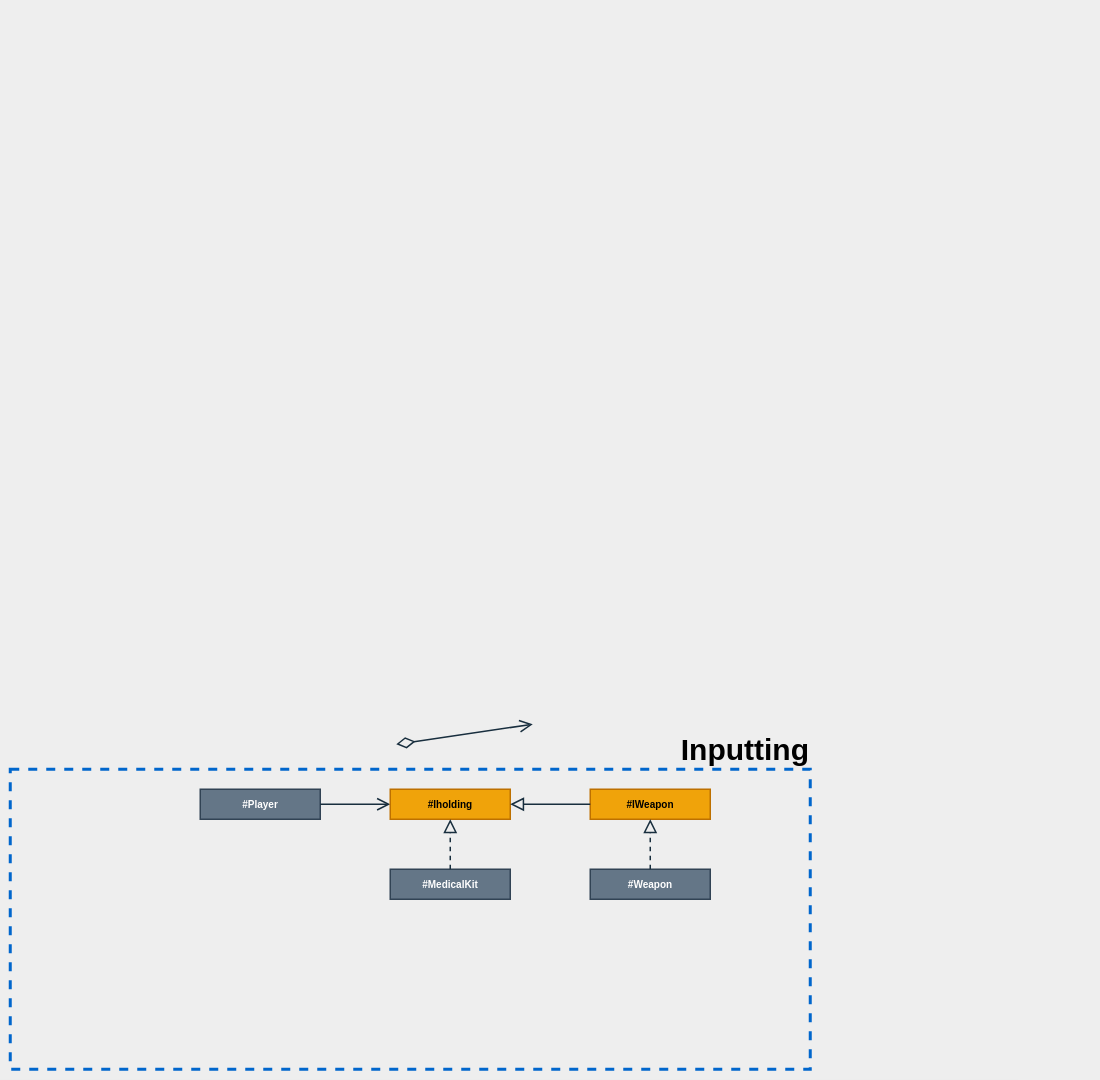
Anton2781618/Shooter keeps this draw.io diagram as Shooter/Assets/Scripts/Map/Map.drawio. Above is the earlier version. Source tidied: cells renumbered, new cells numbered last; positions are measured from the earlier drawing's top-left corner, leaving out a move shared by most shapes. Both pictures are drawn from the tidied source at 50%, with x=0, y=0 at pixel (10, 724).
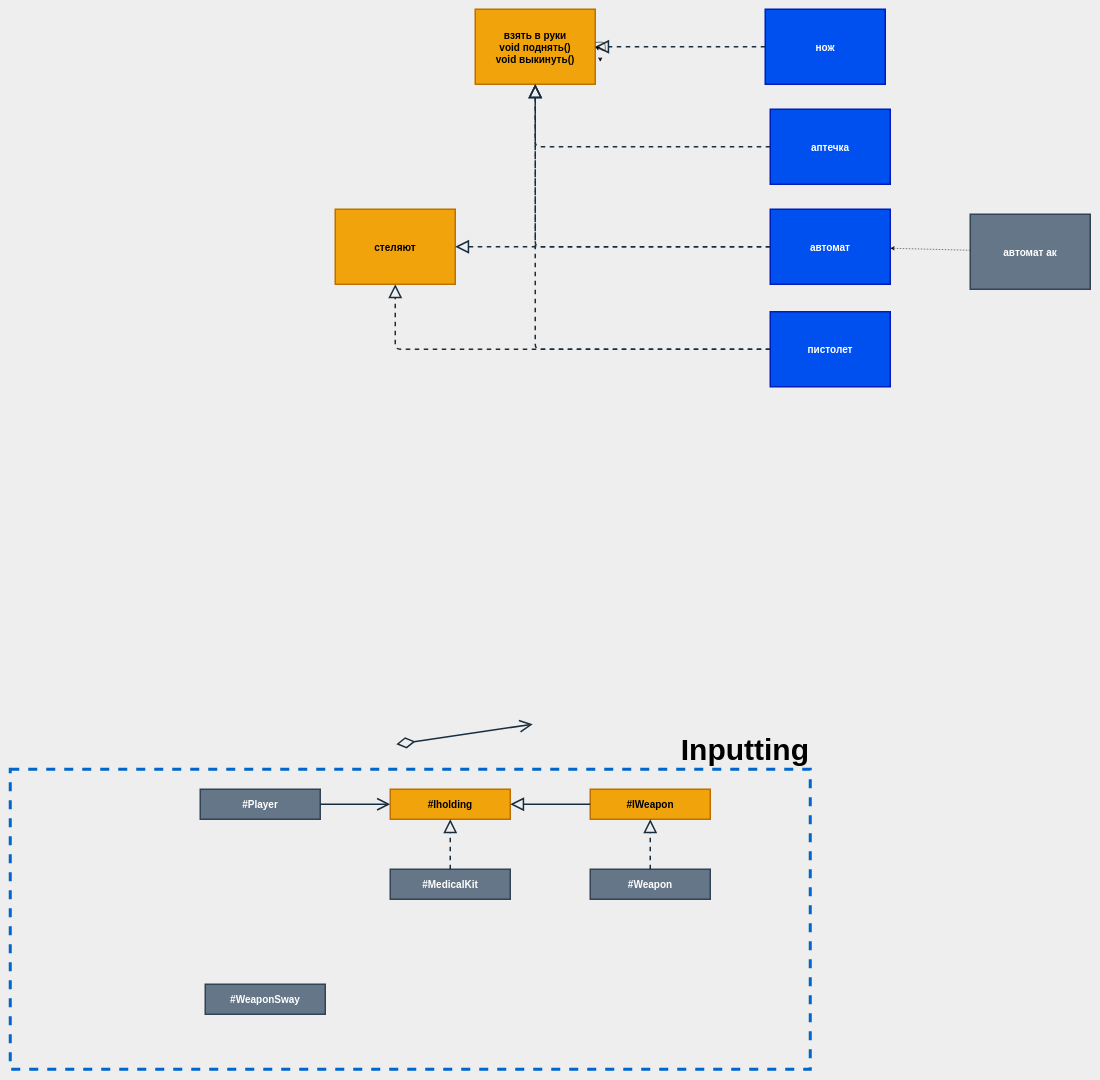
The same diagram, later.

What changed in the source:
```diff
@@
+    <mxCell id="13" value="#WeaponSway" style="whiteSpace=wrap;fillColor=#647687;labelBackgroundColor=none;strokeWidth=3;strokeColor=#314354;fontSize=20;fontStyle=1;fontColor=#ffffff;" parent="1" vertex="1">
+      <mxGeometry x="390" y="520" width="240" height="60" as="geometry" />
+    </mxCell>
+    <mxCell id="14" value="взять в руки&#10;void поднять()&#10;void выкинуть()" style="whiteSpace=wrap;fillColor=#f0a30a;labelBackgroundColor=none;strokeWidth=3;strokeColor=#BD7000;fontSize=20;fontStyle=1;fontColor=#000000;" parent="1" vertex="1">
+      <mxGeometry x="930" y="-1430" width="240" height="150" as="geometry" />
+    </mxCell>
+    <mxCell id="15" value="нож" style="whiteSpace=wrap;fillColor=#0050ef;labelBackgroundColor=none;strokeWidth=3;strokeColor=#001DBC;fontSize=20;fontStyle=1;fontColor=#ffffff;" parent="1" vertex="1">
+      <mxGeometry x="1510" y="-1430" width="240" height="150" as="geometry" />
+    </mxCell>
+    <mxCell id="16" value="аптечка" style="whiteSpace=wrap;fillColor=#0050ef;labelBackgroundColor=none;strokeWidth=3;strokeColor=#001DBC;fontSize=20;fontStyle=1;fontColor=#ffffff;" parent="1" vertex="1">
+      <mxGeometry x="1520" y="-1230" width="240" height="150" as="geometry" />
+    </mxCell>
+    <mxCell id="17" value="автомат" style="whiteSpace=wrap;fillColor=#0050ef;labelBackgroundColor=none;strokeWidth=3;strokeColor=#001DBC;fontSize=20;fontStyle=1;fontColor=#ffffff;" parent="1" vertex="1">
+      <mxGeometry x="1520" y="-1030" width="240" height="150" as="geometry" />
+    </mxCell>
+    <mxCell id="18" style="rounded=1;sketch=0;jettySize=auto;html=1;fontColor=#1A1A1A;startArrow=none;startFill=0;endArrow=block;endFill=0;startSize=30;endSize=20;strokeColor=#182E3E;strokeWidth=3;edgeStyle=orthogonalEdgeStyle;sourcePerimeterSpacing=0;dashed=1;" parent="1" edge="1" source="15" target="14">
+      <mxGeometry relative="1" as="geometry" />
+    </mxCell>
+    <mxCell id="19" style="rounded=1;sketch=0;jettySize=auto;html=1;fontColor=#1A1A1A;startArrow=none;startFill=0;endArrow=block;endFill=0;startSize=30;endSize=20;strokeColor=#182E3E;strokeWidth=3;edgeStyle=orthogonalEdgeStyle;sourcePerimeterSpacing=0;dashed=1;" parent="1" edge="1" source="16" target="14">
+      <mxGeometry relative="1" as="geometry" />
+    </mxCell>
+    <mxCell id="20" style="edgeStyle=none;html=1;entryX=1;entryY=0.5;entryDx=0;entryDy=0;" parent="1" edge="1" source="14" target="14">
+      <mxGeometry relative="1" as="geometry" />
+    </mxCell>
+    <mxCell id="21" style="edgeStyle=none;html=1;entryX=1;entryY=0.5;entryDx=0;entryDy=0;" parent="1" edge="1">
+      <mxGeometry relative="1" as="geometry">
+        <mxPoint x="1180" y="-1333.6" as="sourcePoint" />
+        <mxPoint x="1180" y="-1325" as="targetPoint" />
+      </mxGeometry>
+    </mxCell>
+    <mxCell id="22" style="rounded=1;sketch=0;jettySize=auto;html=1;fontColor=#1A1A1A;startArrow=none;startFill=0;endArrow=block;endFill=0;startSize=30;endSize=20;strokeColor=#182E3E;strokeWidth=3;edgeStyle=orthogonalEdgeStyle;sourcePerimeterSpacing=0;dashed=1;" parent="1" edge="1" source="17" target="14">
+      <mxGeometry relative="1" as="geometry" />
+    </mxCell>
+    <mxCell id="23" style="edgeStyle=none;html=1;dashed=1;" parent="1" edge="1" source="24" target="17">
+      <mxGeometry relative="1" as="geometry" />
+    </mxCell>
+    <mxCell id="24" value="автомат ак" style="whiteSpace=wrap;fillColor=#647687;labelBackgroundColor=none;strokeWidth=3;strokeColor=#314354;fontSize=20;fontStyle=1;fontColor=#ffffff;" parent="1" vertex="1">
+      <mxGeometry x="1920" y="-1020" width="240" height="150" as="geometry" />
+    </mxCell>
+    <mxCell id="25" value="пистолет" style="whiteSpace=wrap;fillColor=#0050ef;labelBackgroundColor=none;strokeWidth=3;strokeColor=#001DBC;fontSize=20;fontStyle=1;fontColor=#ffffff;" parent="1" vertex="1">
+      <mxGeometry x="1520" y="-825" width="240" height="150" as="geometry" />
+    </mxCell>
+    <mxCell id="26" style="rounded=1;sketch=0;jettySize=auto;html=1;fontColor=#1A1A1A;startArrow=none;startFill=0;endArrow=block;endFill=0;startSize=30;endSize=20;strokeColor=#182E3E;strokeWidth=3;edgeStyle=orthogonalEdgeStyle;sourcePerimeterSpacing=0;dashed=1;" parent="1" edge="1" source="25" target="27">
+      <mxGeometry relative="1" as="geometry" />
+    </mxCell>
+    <mxCell id="27" value="стеляют" style="whiteSpace=wrap;fillColor=#f0a30a;labelBackgroundColor=none;strokeWidth=3;strokeColor=#BD7000;fontSize=20;fontStyle=1;fontColor=#000000;" parent="1" vertex="1">
+      <mxGeometry x="650" y="-1030" width="240" height="150" as="geometry" />
+    </mxCell>
+    <mxCell id="28" style="rounded=1;sketch=0;jettySize=auto;html=1;fontColor=#1A1A1A;startArrow=none;startFill=0;endArrow=block;endFill=0;startSize=30;endSize=20;strokeColor=#182E3E;strokeWidth=3;edgeStyle=orthogonalEdgeStyle;sourcePerimeterSpacing=0;dashed=1;" parent="1" edge="1" source="17" target="27">
+      <mxGeometry relative="1" as="geometry" />
+    </mxCell>
+    <mxCell id="29" style="rounded=1;sketch=0;jettySize=auto;html=1;fontColor=#1A1A1A;startArrow=none;startFill=0;endArrow=block;endFill=0;startSize=30;endSize=20;strokeColor=#182E3E;strokeWidth=3;edgeStyle=orthogonalEdgeStyle;sourcePerimeterSpacing=0;dashed=1;" parent="1" edge="1" source="25" target="14">
+      <mxGeometry relative="1" as="geometry" />
+    </mxCell>
```
